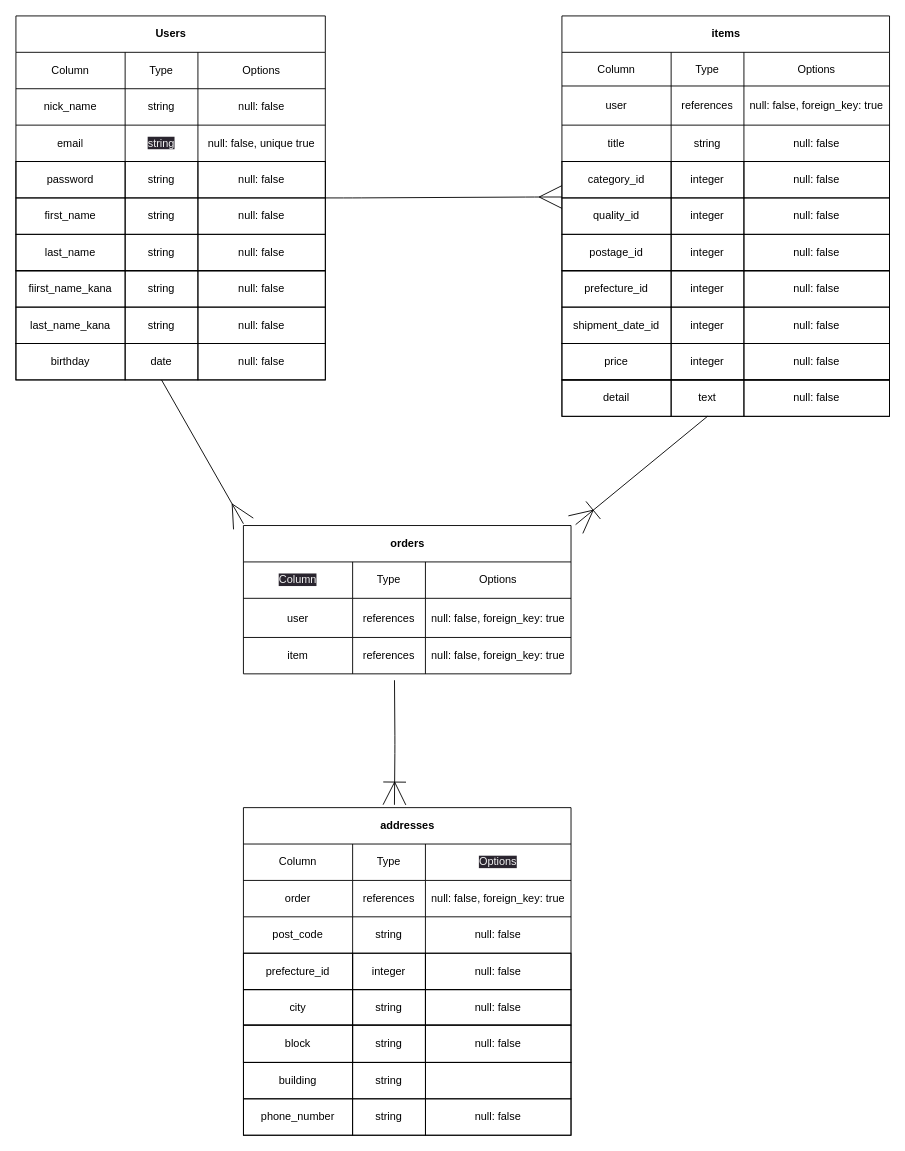
meita33/furima-38931 keeps this draw.io diagram as furima.dio. Above is the earlier version. Source tidied: cells renumbered, new cells numbered last; positions are measured from the earlier drawing's top-left corner, leaving out a move shared by most shapes. Both pictures are drawn from the tidied source at 91%, with x=0, y=0 at pixel (15, 15).
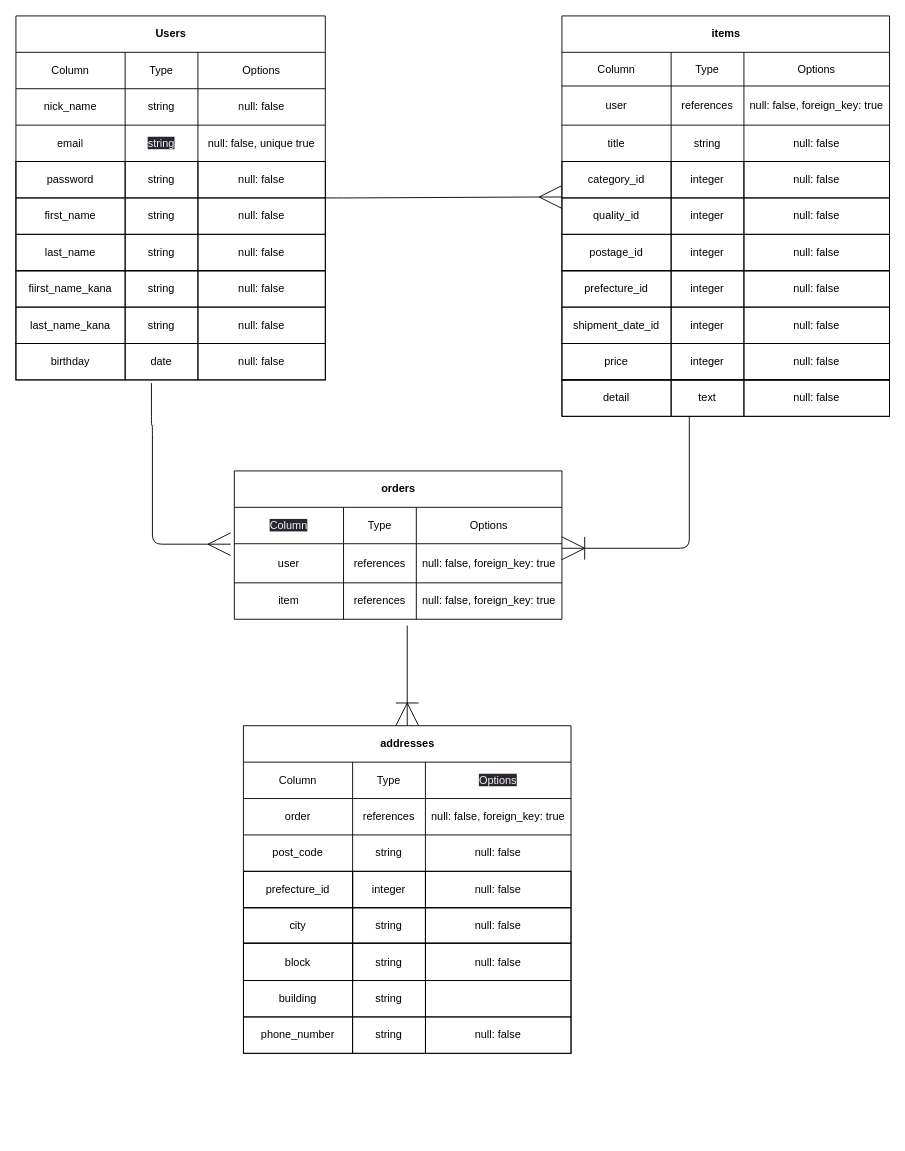
After the change.

Unchanged cells that the change refers to:
```xml
<mxCell id="38" style="shape=tableRow;horizontal=0;startSize=0;swimlaneHead=0;swimlaneBody=0;top=0;left=0;bottom=0;right=0;fontStyle=0;fillColor=none;strokeColor=inherit;labelBackgroundColor=none;" parent="37" vertex="1">
  <mxGeometry width="340" height="40" as="geometry" />
</mxCell>
<mxCell id="93" style="shape=tableRow;horizontal=0;startSize=0;swimlaneHead=0;swimlaneBody=0;top=0;left=0;bottom=0;right=0;fillColor=none;points=[[0,0.5],[1,0.5]];portConstraint=eastwest;labelBackgroundColor=none;html=1;" parent="88" vertex="1">
  <mxGeometry y="80" width="360" height="43" as="geometry" />
</mxCell>
```

The edit, as a diff of the source:
```diff
@@
     <mxCell id="88" value="orders" style="shape=table;startSize=40;childLayout=tableLayout;fontStyle=1;align=center;labelBackgroundColor=none;html=1;" parent="1" vertex="1">
-      <mxGeometry x="250" y="560" width="360" height="163" as="geometry" />
+      <mxGeometry x="240" y="500" width="360" height="163" as="geometry" />
     </mxCell>
@@
     <mxCell id="101" value="addresses" style="shape=table;startSize=40;childLayout=tableLayout;fontStyle=1;align=center;labelBackgroundColor=none;html=1;" parent="1" vertex="1">
-      <mxGeometry x="250" y="870" width="360" height="280" as="geometry" />
+      <mxGeometry x="250" y="780" width="360" height="280" as="geometry" />
     </mxCell>
@@
     <mxCell id="126" style="childLayout=tableLayout;shadow=0;fillColor=none;labelBackgroundColor=none;html=1;" parent="1" vertex="1">
-      <mxGeometry x="250" y="1150" width="360" height="80" as="geometry" />
+      <mxGeometry x="250" y="1060" width="360" height="80" as="geometry" />
     </mxCell>
@@
-    <mxCell id="135" style="fontSize=12;html=1;endArrow=ERmany;strokeColor=default;endSize=23;entryX=0;entryY=-0.012;entryDx=0;entryDy=0;entryPerimeter=0;" parent="1" edge="1" target="88">
+    <mxCell id="135" style="fontSize=12;html=1;endArrow=ERmany;strokeColor=default;endSize=23;edgeStyle=orthogonalEdgeStyle;entryX=-0.011;entryY=0.012;entryDx=0;entryDy=0;entryPerimeter=0;exitX=0.438;exitY=1.088;exitDx=0;exitDy=0;exitPerimeter=0;" parent="1" edge="1" source="38" target="93">
       <mxGeometry relative="1" as="geometry">
-        <mxPoint x="160" y="400" as="sourcePoint" />
+        <Array as="points">
+          <mxPoint x="149" y="450" />
+          <mxPoint x="150" y="450" />
+          <mxPoint x="150" y="581" />
+        </Array>
       </mxGeometry>
     </mxCell>
-    <mxCell id="136" style="fontSize=12;html=1;endArrow=ERoneToMany;strokeColor=default;endSize=23;entryX=1.014;entryY=-0.006;entryDx=0;entryDy=0;entryPerimeter=0;" parent="1" edge="1" target="88">
+    <mxCell id="136" style="fontSize=12;html=1;endArrow=ERoneToMany;strokeColor=default;endSize=23;edgeStyle=orthogonalEdgeStyle;" parent="1" edge="1">
       <mxGeometry relative="1" as="geometry">
-        <mxPoint x="760" y="440" as="sourcePoint" />
+        <mxPoint x="740" y="440" as="sourcePoint" />
+        <mxPoint x="600" y="585" as="targetPoint" />
         <Array as="points">
-          <mxPoint x="760" y="440" />
+          <mxPoint x="740" y="585" />
         </Array>
       </mxGeometry>
     </mxCell>
-    <mxCell id="137" style="edgeStyle=orthogonalEdgeStyle;fontSize=12;html=1;endArrow=ERoneToMany;strokeColor=default;endSize=23;entryX=0.461;entryY=-0.011;entryDx=0;entryDy=0;entryPerimeter=0;" parent="1" edge="1" target="101">
-      <mxGeometry relative="1" as="geometry">
-        <mxPoint x="416" y="730" as="sourcePoint" />
-      </mxGeometry>
-    </mxCell>
+    <mxCell id="138" style="edgeStyle=orthogonalEdgeStyle;fontSize=12;html=1;endArrow=ERoneToMany;strokeColor=default;endSize=23;" parent="1" edge="1">
+      <mxGeometry relative="1" as="geometry">
+        <mxPoint x="430" y="670" as="sourcePoint" />
+        <mxPoint x="430" y="780" as="targetPoint" />
+      </mxGeometry>
+    </mxCell>
```
